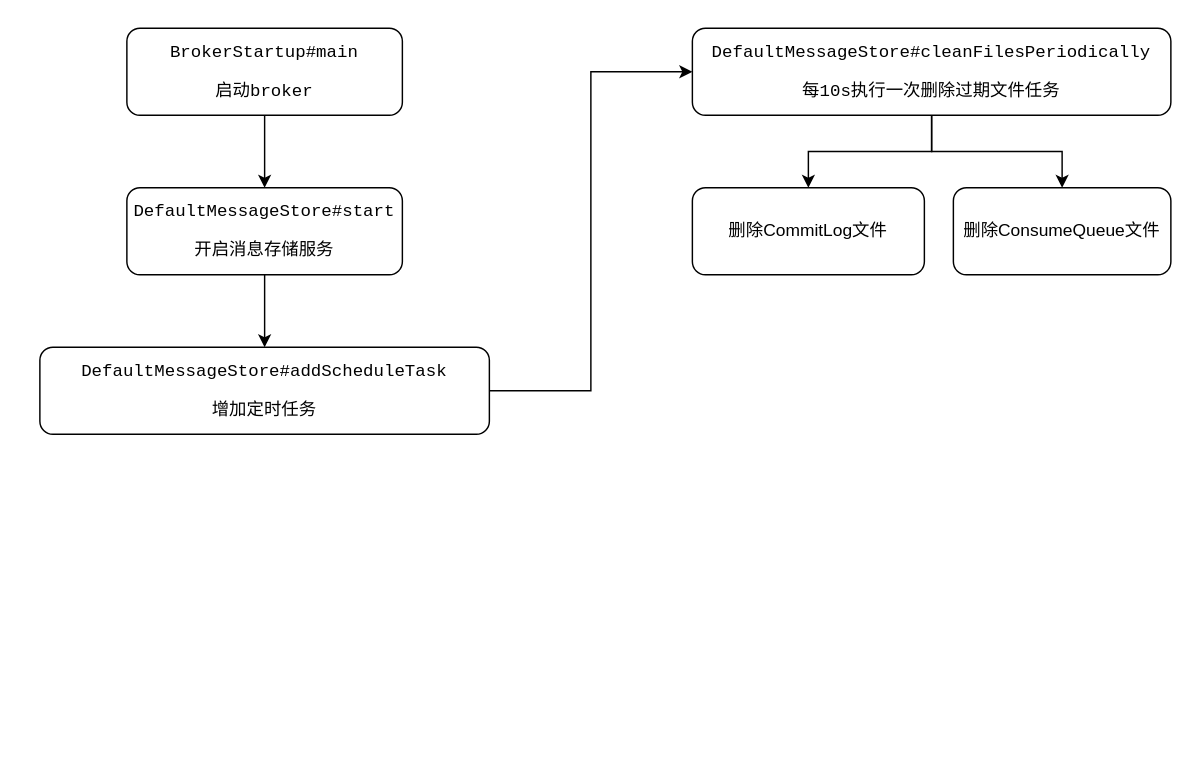
erlieStar/diagrams keeps this draw.io diagram as rocketmq/rocketmq删除文件.drawio. Above is the earlier version. Source tidied: cells renumbered, new cells numbered last; positions are measured from the earlier drawing's top-left corner, leaving out a move shared by most shapes. Both pictures are drawn from the tidied source at 145%, with x=0, y=0 at pixel (39, 28).
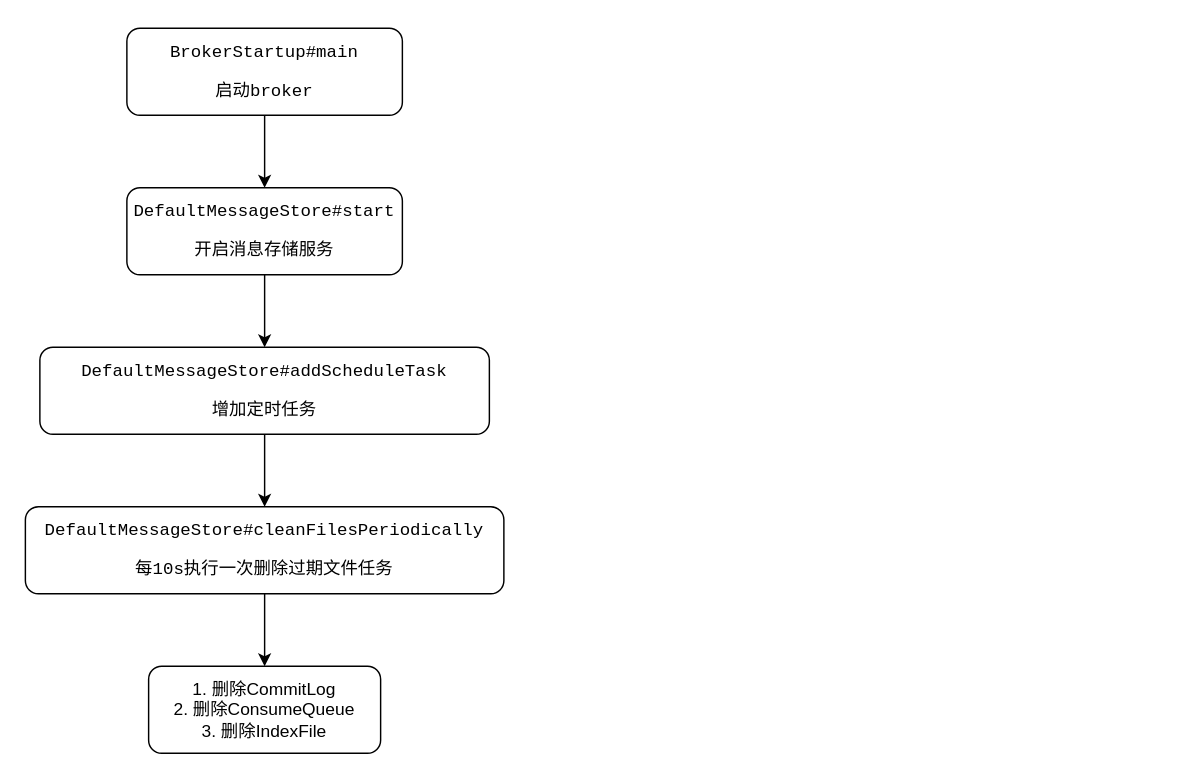
The same page after the edit.

Change to the diagram source:
```diff
@@
 <mxGraphModel>
   <root>
     <mxCell id="0" />
     <mxCell id="1" parent="0" />
     <mxCell id="2" style="edgeStyle=orthogonalEdgeStyle;rounded=0;jettySize=auto;html=1;exitX=0.5;exitY=1;exitDx=0;exitDy=0;entryX=0.5;entryY=0;entryDx=0;entryDy=0;" parent="1" edge="1" source="3" target="5">
       <mxGeometry relative="1" as="geometry" />
     </mxCell>
     <mxCell id="3" value="&lt;pre&gt;BrokerStartup#main&lt;/pre&gt;&lt;pre&gt;启动broker&lt;/pre&gt;" style="rounded=1;whiteSpace=wrap;html=1;" parent="1" vertex="1">
       <mxGeometry x="60" width="190" height="60" as="geometry" />
     </mxCell>
     <mxCell id="4" style="edgeStyle=orthogonalEdgeStyle;rounded=0;jettySize=auto;html=1;exitX=0.5;exitY=1;exitDx=0;exitDy=0;entryX=0.5;entryY=0;entryDx=0;entryDy=0;" parent="1" edge="1" source="5" target="7">
       <mxGeometry relative="1" as="geometry" />
     </mxCell>
     <mxCell id="5" value="&lt;pre&gt;DefaultMessageStore#start&lt;/pre&gt;&lt;pre&gt;开启消息存储服务&lt;/pre&gt;" style="rounded=1;whiteSpace=wrap;html=1;" parent="1" vertex="1">
       <mxGeometry x="60" y="110" width="190" height="60" as="geometry" />
     </mxCell>
-    <mxCell id="6" style="edgeStyle=orthogonalEdgeStyle;rounded=0;jettySize=auto;html=1;exitX=1;exitY=0.5;exitDx=0;exitDy=0;entryX=0;entryY=0.5;entryDx=0;entryDy=0;" parent="1" edge="1" source="7" target="10">
+    <mxCell id="6" style="edgeStyle=orthogonalEdgeStyle;rounded=0;jettySize=auto;html=1;exitX=0.5;exitY=1;exitDx=0;exitDy=0;entryX=0.5;entryY=0;entryDx=0;entryDy=0;" parent="1" edge="1" source="7" target="10">
       <mxGeometry relative="1" as="geometry" />
     </mxCell>
     <mxCell id="7" value="&lt;pre&gt;DefaultMessageStore#addScheduleTask&lt;br&gt;&lt;/pre&gt;&lt;pre&gt;增加定时任务&lt;/pre&gt;" style="rounded=1;whiteSpace=wrap;html=1;" parent="1" vertex="1">
       <mxGeometry y="220" width="310" height="60" as="geometry" />
     </mxCell>
-    <mxCell id="8" style="edgeStyle=orthogonalEdgeStyle;rounded=0;jettySize=auto;html=1;exitX=0.5;exitY=1;exitDx=0;exitDy=0;entryX=0.5;entryY=0;entryDx=0;entryDy=0;" parent="1" edge="1" source="10" target="11">
+    <mxCell id="8" style="edgeStyle=orthogonalEdgeStyle;rounded=0;jettySize=auto;html=1;" parent="1" edge="1" source="10" target="11">
       <mxGeometry relative="1" as="geometry" />
     </mxCell>
-    <mxCell id="9" style="edgeStyle=orthogonalEdgeStyle;rounded=0;jettySize=auto;html=1;exitX=0.5;exitY=1;exitDx=0;exitDy=0;entryX=0.5;entryY=0;entryDx=0;entryDy=0;" parent="1" edge="1" source="10" target="12">
-      <mxGeometry relative="1" as="geometry" />
-    </mxCell>
     <mxCell id="10" value="&lt;pre&gt;DefaultMessageStore#cleanFilesPeriodically&lt;br&gt;&lt;/pre&gt;&lt;pre&gt;每10s执行一次删除过期文件任务&lt;/pre&gt;" style="rounded=1;whiteSpace=wrap;html=1;" parent="1" vertex="1">
-      <mxGeometry x="450" width="330" height="60" as="geometry" />
+      <mxGeometry x="-10" y="330" width="330" height="60" as="geometry" />
     </mxCell>
-    <mxCell id="11" value="删除CommitLog文件" style="rounded=1;whiteSpace=wrap;html=1;" parent="1" vertex="1">
-      <mxGeometry x="450" y="110" width="160" height="60" as="geometry" />
+    <mxCell id="11" value="1. 删除CommitLog&lt;br&gt;2. 删除ConsumeQueue&lt;br&gt;3. 删除IndexFile" style="rounded=1;whiteSpace=wrap;html=1;" parent="1" vertex="1">
+      <mxGeometry x="75" y="440" width="160" height="60" as="geometry" />
     </mxCell>
-    <mxCell id="12" value="删除ConsumeQueue文件" style="rounded=1;whiteSpace=wrap;html=1;" parent="1" vertex="1">
-      <mxGeometry x="630" y="110" width="150" height="60" as="geometry" />
-    </mxCell>
   </root>
 </mxGraphModel>
```
